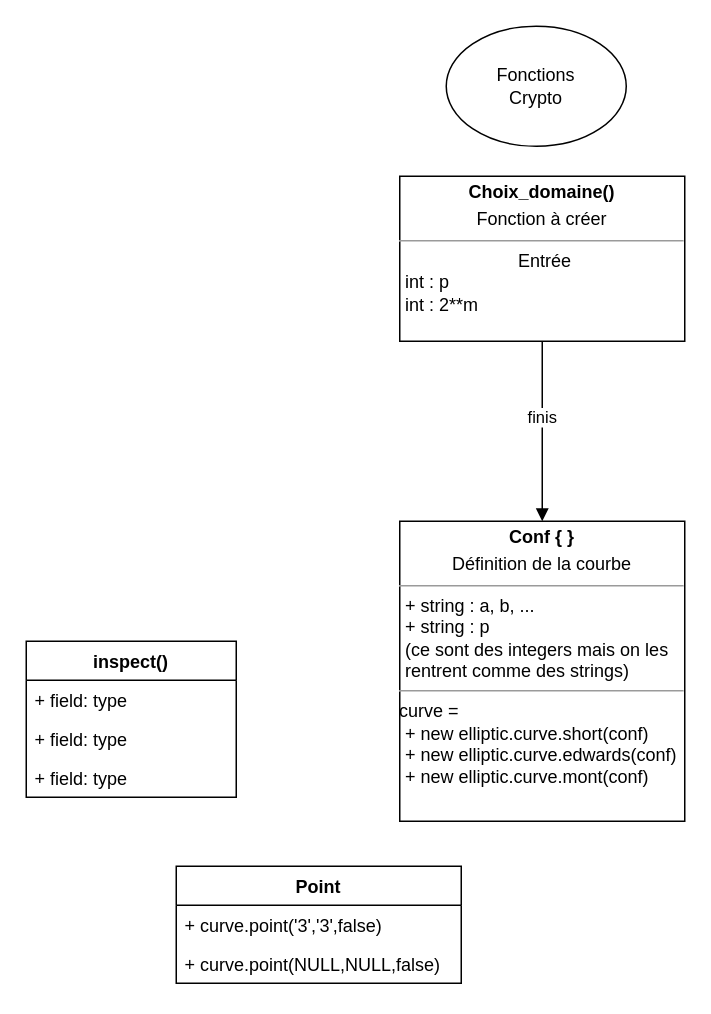
Before: page "FctsCrypto" (2 of 3) of Untitled Diagram.drawio in 0xtter/ExplorateurElliptique, a draw.io diagram. Source tidied: cells renumbered, new cells numbered last; positions are measured from the earlier drawing's top-left corner, leaving out a move shared by most shapes. Both pictures are drawn from the tidied source at 150%, with x=0, y=0 at pixel (26, 26).
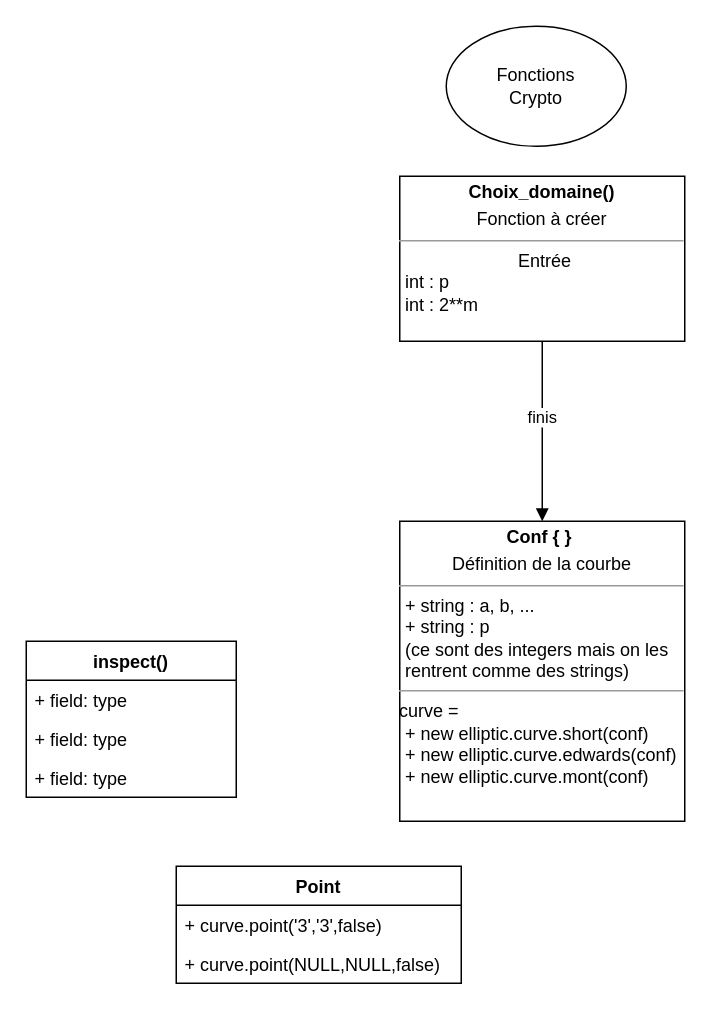
The same page after the edit.

The edit, as a diff of the source:
```diff
@@
 <mxGraphModel>
   <root>
     <mxCell id="0" />
     <mxCell id="1" parent="0" />
     <mxCell id="2" value="Fonctions Crypto" style="text;html=1;strokeColor=none;fillColor=none;align=center;verticalAlign=middle;whiteSpace=wrap;rounded=0;" parent="1" vertex="1">
       <mxGeometry x="310" y="25" width="60" height="30" as="geometry" />
     </mxCell>
     <mxCell id="3" style="ellipse;whiteSpace=wrap;html=1;fillColor=none;" parent="1" vertex="1">
       <mxGeometry x="280" width="120" height="80" as="geometry" />
     </mxCell>
     <mxCell id="4" value="&lt;p style=&quot;margin: 0px ; margin-top: 4px ; text-align: center&quot;&gt;&lt;b&gt;Choix_domaine()&lt;/b&gt;&lt;/p&gt;&lt;p style=&quot;margin: 0px ; margin-top: 4px ; text-align: center&quot;&gt;Fonction à créer&lt;/p&gt;&lt;hr size=&quot;1&quot;&gt;&lt;p style=&quot;text-align: center ; margin: 0px 0px 0px 4px&quot;&gt;Entrée&lt;/p&gt;&lt;p style=&quot;margin: 0px ; margin-left: 4px&quot;&gt;int : p&lt;/p&gt;&lt;p style=&quot;margin: 0px ; margin-left: 4px&quot;&gt;int : 2**m&lt;/p&gt;&lt;p style=&quot;margin: 0px ; margin-left: 4px&quot;&gt;&lt;br&gt;&lt;/p&gt;&lt;hr size=&quot;1&quot;&gt;&lt;p style=&quot;margin: 0px ; margin-left: 4px&quot;&gt;+ Sortie : Domaines fini ou binaire&lt;/p&gt;" style="verticalAlign=top;align=left;overflow=fill;fontSize=12;fontFamily=Helvetica;html=1;" parent="1" vertex="1">
       <mxGeometry x="249" y="100" width="190" height="110" as="geometry" />
     </mxCell>
     <mxCell id="5" value="finis" style="html=1;verticalAlign=bottom;endArrow=block;rounded=0;exitX=0.5;exitY=1;exitDx=0;exitDy=0;" parent="1" edge="1" source="4">
       <mxGeometry relative="1" as="geometry">
         <mxPoint x="344" y="330" as="targetPoint" />
       </mxGeometry>
     </mxCell>
-    <mxCell id="6" value="&lt;p style=&quot;margin: 0px ; margin-top: 4px ; text-align: center&quot;&gt;&lt;b&gt;Conf { }&lt;/b&gt;&lt;/p&gt;&lt;p style=&quot;margin: 0px ; margin-top: 4px ; text-align: center&quot;&gt;Définition de la courbe&lt;/p&gt;&lt;hr size=&quot;1&quot;&gt;&lt;p style=&quot;margin: 0px 0px 0px 4px&quot;&gt;&lt;span&gt;+ string : a,&amp;nbsp;&lt;/span&gt;&lt;span style=&quot;text-align: left&quot;&gt;b, ...&lt;/span&gt;&lt;br&gt;&lt;/p&gt;&lt;p style=&quot;margin: 0px ; margin-left: 4px&quot;&gt;&lt;span&gt;+ string : p&lt;/span&gt;&lt;/p&gt;&lt;p style=&quot;margin: 0px ; margin-left: 4px&quot;&gt;(ce sont des integers mais on les&lt;/p&gt;&lt;p style=&quot;margin: 0px ; margin-left: 4px&quot;&gt;rentrent comme des strings)&lt;br&gt;&lt;/p&gt;&lt;hr size=&quot;1&quot;&gt;curve =&amp;nbsp;&lt;br&gt;&lt;p style=&quot;margin: 0px ; margin-left: 4px&quot;&gt;+ new elliptic.curve.short(conf)&lt;br&gt;&lt;/p&gt;&lt;p style=&quot;margin: 0px ; margin-left: 4px&quot;&gt;+ new elliptic.curve.edwards(conf)&lt;br&gt;&lt;/p&gt;&lt;p style=&quot;margin: 0px ; margin-left: 4px&quot;&gt;+ new elliptic.curve.mont(conf)&lt;br&gt;&lt;/p&gt;" style="verticalAlign=top;align=left;overflow=fill;fontSize=12;fontFamily=Helvetica;html=1;" parent="1" vertex="1">
+    <mxCell id="6" value="&lt;p style=&quot;margin: 0px ; margin-top: 4px ; text-align: center&quot;&gt;&lt;b&gt;Conf { }&amp;nbsp;&lt;/b&gt;&lt;/p&gt;&lt;p style=&quot;margin: 0px ; margin-top: 4px ; text-align: center&quot;&gt;Définition de la courbe&lt;/p&gt;&lt;hr size=&quot;1&quot;&gt;&lt;p style=&quot;margin: 0px 0px 0px 4px&quot;&gt;&lt;span&gt;+ string : a,&amp;nbsp;&lt;/span&gt;&lt;span style=&quot;text-align: left&quot;&gt;b, ...&lt;/span&gt;&lt;br&gt;&lt;/p&gt;&lt;p style=&quot;margin: 0px ; margin-left: 4px&quot;&gt;&lt;span&gt;+ string : p&lt;/span&gt;&lt;/p&gt;&lt;p style=&quot;margin: 0px ; margin-left: 4px&quot;&gt;(ce sont des integers mais on les&lt;/p&gt;&lt;p style=&quot;margin: 0px ; margin-left: 4px&quot;&gt;rentrent comme des strings)&lt;br&gt;&lt;/p&gt;&lt;hr size=&quot;1&quot;&gt;curve =&amp;nbsp;&lt;br&gt;&lt;p style=&quot;margin: 0px ; margin-left: 4px&quot;&gt;+ new elliptic.curve.short(conf)&lt;br&gt;&lt;/p&gt;&lt;p style=&quot;margin: 0px ; margin-left: 4px&quot;&gt;+ new elliptic.curve.edwards(conf)&lt;br&gt;&lt;/p&gt;&lt;p style=&quot;margin: 0px ; margin-left: 4px&quot;&gt;+ new elliptic.curve.mont(conf)&lt;br&gt;&lt;/p&gt;" style="verticalAlign=top;align=left;overflow=fill;fontSize=12;fontFamily=Helvetica;html=1;" parent="1" vertex="1">
       <mxGeometry x="249" y="330" width="190" height="200" as="geometry" />
     </mxCell>
     <mxCell id="7" value="Point" style="swimlane;fontStyle=1;horizontal=1;startSize=26;fillColor=none;" parent="1" vertex="1">
       <mxGeometry x="100" y="560" width="190" height="78" as="geometry" />
     </mxCell>
     <mxCell id="8" value="+ curve.point('3','3',false)" style="text;strokeColor=none;fillColor=none;align=left;verticalAlign=top;spacingLeft=4;spacingRight=4;overflow=hidden;" parent="7" vertex="1">
       <mxGeometry y="26" width="190" height="26" as="geometry" />
     </mxCell>
     <mxCell id="9" value="+ curve.point(NULL,NULL,false)" style="text;strokeColor=none;fillColor=none;align=left;verticalAlign=top;spacingLeft=4;spacingRight=4;overflow=hidden;" parent="7" vertex="1">
       <mxGeometry y="52" width="190" height="26" as="geometry" />
     </mxCell>
     <mxCell id="10" value="inspect()" style="swimlane;fontStyle=1;horizontal=1;startSize=26;fillColor=none;" parent="1" vertex="1">
       <mxGeometry y="410" width="140" height="104" as="geometry" />
     </mxCell>
     <mxCell id="11" value="+ field: type" style="text;strokeColor=none;fillColor=none;align=left;verticalAlign=top;spacingLeft=4;spacingRight=4;overflow=hidden;" parent="10" vertex="1">
       <mxGeometry y="26" width="140" height="26" as="geometry" />
     </mxCell>
     <mxCell id="12" value="+ field: type" style="text;strokeColor=none;fillColor=none;align=left;verticalAlign=top;spacingLeft=4;spacingRight=4;overflow=hidden;" parent="10" vertex="1">
       <mxGeometry y="52" width="140" height="26" as="geometry" />
     </mxCell>
     <mxCell id="13" value="+ field: type" style="text;strokeColor=none;fillColor=none;align=left;verticalAlign=top;spacingLeft=4;spacingRight=4;overflow=hidden;" parent="10" vertex="1">
       <mxGeometry y="78" width="140" height="26" as="geometry" />
     </mxCell>
   </root>
 </mxGraphModel>
```
